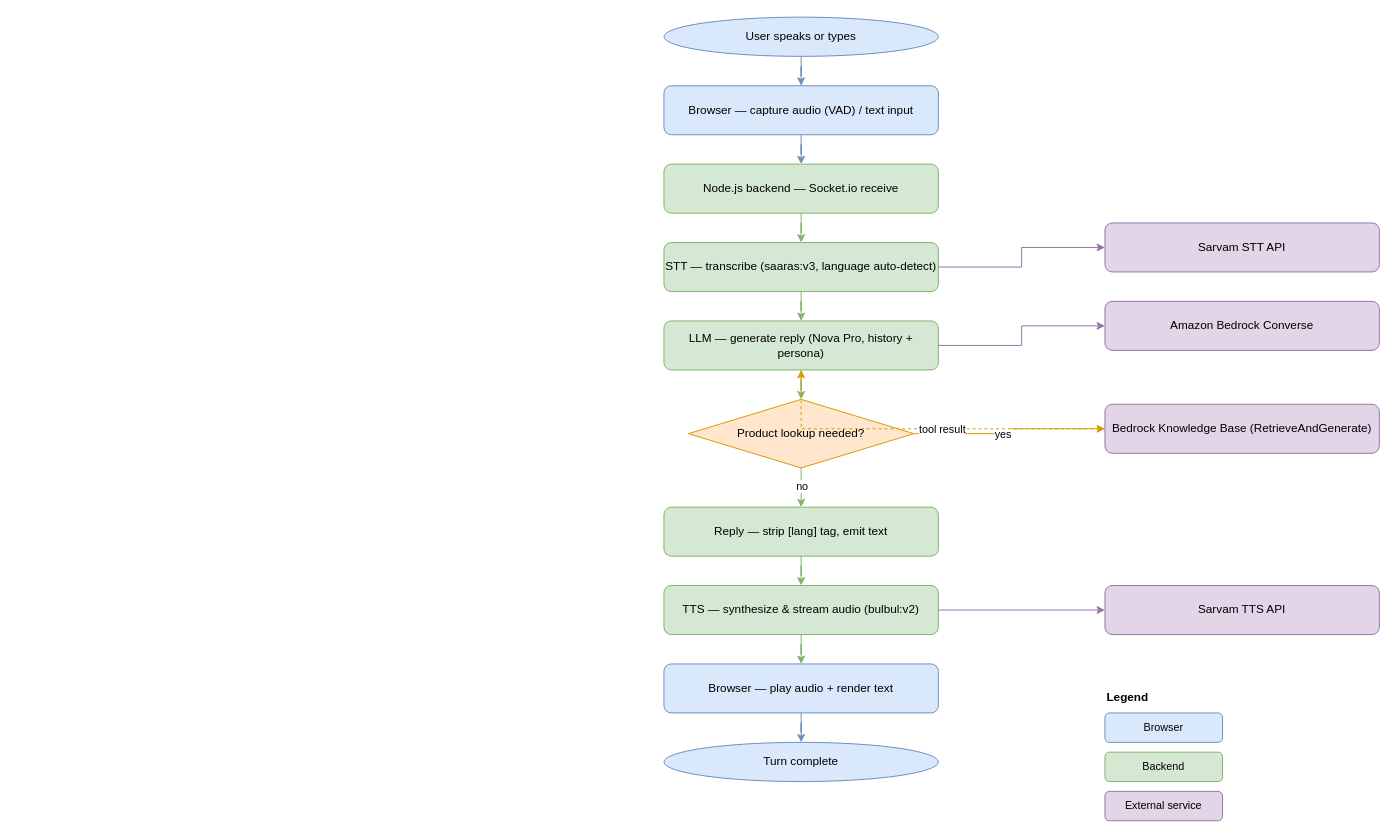
The draw.io diagram docs/agent-workflow.drawio in ABSatpute/Multilingual_Indic_Voicebot, before the edit. Source tidied: cells renumbered, new cells numbered last; positions are measured from the earlier drawing's top-left corner, leaving out a move shared by most shapes. Both pictures are drawn from the tidied source at 98%, with x=0, y=0 at pixel (663, 17).
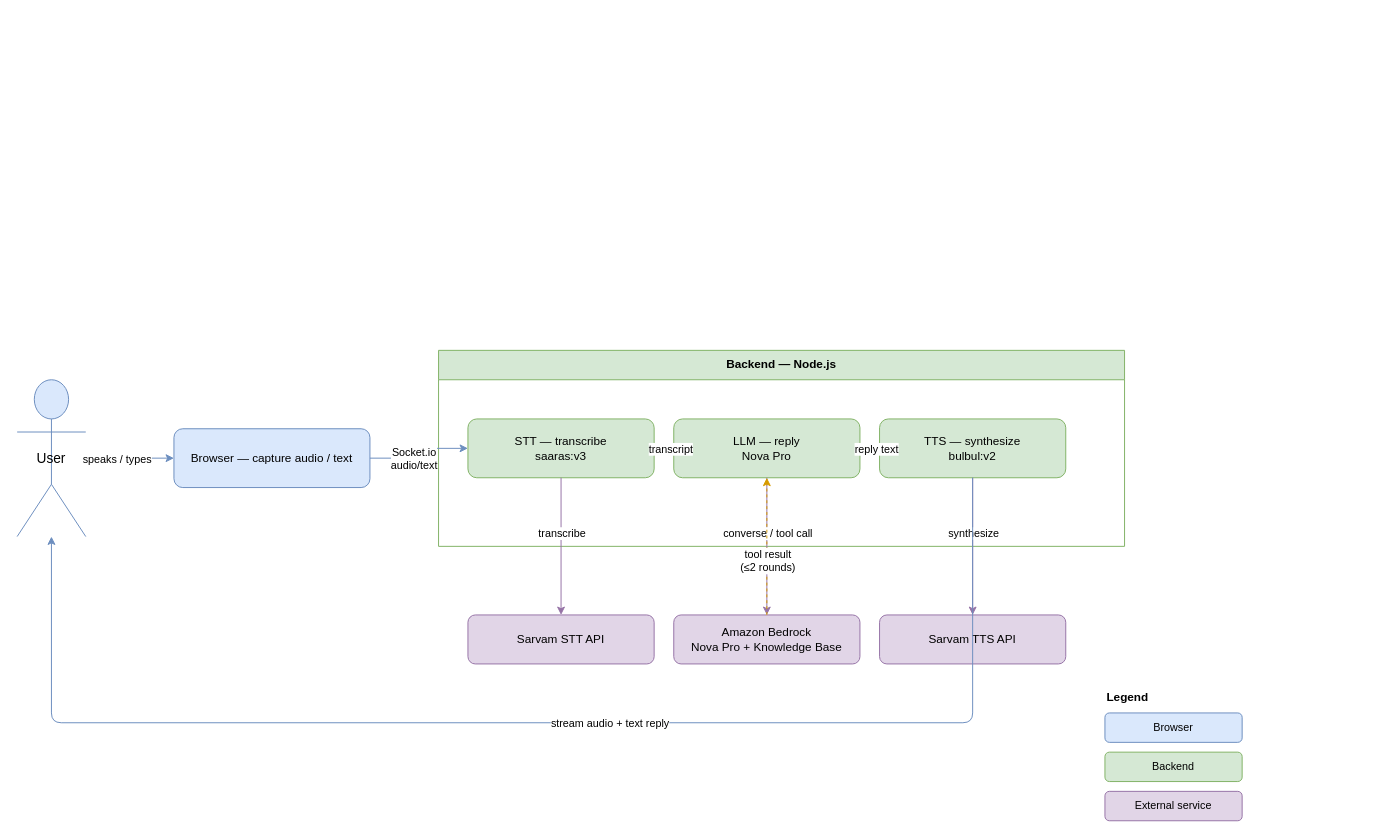
The same diagram, later.

Commit message:
Redesign workflow diagram as horizontal loop with user actor

Diff of the diagram source:
```diff
@@
-    <mxCell id="2" value="User speaks or types" style="ellipse;whiteSpace=wrap;html=1;fillColor=#dae8fc;strokeColor=#6c8ebf;" parent="1" vertex="1">
-      <mxGeometry width="280" height="40" as="geometry" />
-    </mxCell>
-    <mxCell id="3" value="Browser — capture audio (VAD) / text input" style="rounded=1;whiteSpace=wrap;html=1;fillColor=#dae8fc;strokeColor=#6c8ebf;" parent="1" vertex="1">
-      <mxGeometry y="70" width="280" height="50" as="geometry" />
-    </mxCell>
-    <mxCell id="4" value="Node.js backend — Socket.io receive" style="rounded=1;whiteSpace=wrap;html=1;fillColor=#d5e8d4;strokeColor=#82b366;" parent="1" vertex="1">
-      <mxGeometry y="150" width="280" height="50" as="geometry" />
-    </mxCell>
-    <mxCell id="5" value="STT — transcribe (saaras:v3, language auto-detect)" style="rounded=1;whiteSpace=wrap;html=1;fillColor=#d5e8d4;strokeColor=#82b366;" parent="1" vertex="1">
-      <mxGeometry y="230" width="280" height="50" as="geometry" />
-    </mxCell>
-    <mxCell id="6" value="LLM — generate reply (Nova Pro, history + persona)" style="rounded=1;whiteSpace=wrap;html=1;fillColor=#d5e8d4;strokeColor=#82b366;" parent="1" vertex="1">
-      <mxGeometry y="310" width="280" height="50" as="geometry" />
-    </mxCell>
-    <mxCell id="7" value="Product lookup needed?" style="rhombus;whiteSpace=wrap;html=1;fillColor=#ffe6cc;strokeColor=#d79b00;" parent="1" vertex="1">
-      <mxGeometry x="25" y="390" width="230" height="70" as="geometry" />
-    </mxCell>
-    <mxCell id="8" value="Reply — strip [lang] tag, emit text" style="rounded=1;whiteSpace=wrap;html=1;fillColor=#d5e8d4;strokeColor=#82b366;" parent="1" vertex="1">
-      <mxGeometry y="500" width="280" height="50" as="geometry" />
-    </mxCell>
-    <mxCell id="9" value="TTS — synthesize &amp; stream audio (bulbul:v2)" style="rounded=1;whiteSpace=wrap;html=1;fillColor=#d5e8d4;strokeColor=#82b366;" parent="1" vertex="1">
-      <mxGeometry y="580" width="280" height="50" as="geometry" />
-    </mxCell>
-    <mxCell id="10" value="Browser — play audio + render text" style="rounded=1;whiteSpace=wrap;html=1;fillColor=#dae8fc;strokeColor=#6c8ebf;" parent="1" vertex="1">
-      <mxGeometry y="660" width="280" height="50" as="geometry" />
-    </mxCell>
-    <mxCell id="11" value="Turn complete" style="ellipse;whiteSpace=wrap;html=1;fillColor=#dae8fc;strokeColor=#6c8ebf;" parent="1" vertex="1">
-      <mxGeometry y="740" width="280" height="40" as="geometry" />
-    </mxCell>
+    <mxCell id="37" value="User" style="shape=umlActor;whiteSpace=wrap;html=1;fontSize=14;fillColor=#dae8fc;strokeColor=#6c8ebf;" parent="1" vertex="1">
+      <mxGeometry x="-660" y="370" width="70" height="160" as="geometry" />
+    </mxCell>
+    <mxCell id="38" value="Browser — capture audio / text" style="rounded=1;whiteSpace=wrap;html=1;fillColor=#dae8fc;strokeColor=#6c8ebf;" parent="1" vertex="1">
+      <mxGeometry x="-500" y="420" width="200" height="60" as="geometry" />
+    </mxCell>
+    <mxCell id="39" value="Backend — Node.js" style="swimlane;fontStyle=1;align=center;verticalAlign=top;horizontal=1;startSize=30;fillColor=#d5e8d4;strokeColor=#82b366;fontColor=#000000;" parent="1" vertex="1">
+      <mxGeometry x="-230" y="340" width="700" height="200" as="geometry" />
+    </mxCell>
+    <mxCell id="40" value="STT — transcribe&#10;saaras:v3" style="rounded=1;whiteSpace=wrap;html=1;fillColor=#d5e8d4;strokeColor=#82b366;" parent="39" vertex="1">
+      <mxGeometry x="30" y="70" width="190" height="60" as="geometry" />
+    </mxCell>
+    <mxCell id="41" value="LLM — reply&#10;Nova Pro" style="rounded=1;whiteSpace=wrap;html=1;fillColor=#d5e8d4;strokeColor=#82b366;" parent="39" vertex="1">
+      <mxGeometry x="240" y="70" width="190" height="60" as="geometry" />
+    </mxCell>
+    <mxCell id="42" value="TTS — synthesize&#10;bulbul:v2" style="rounded=1;whiteSpace=wrap;html=1;fillColor=#d5e8d4;strokeColor=#82b366;" parent="39" vertex="1">
+      <mxGeometry x="450" y="70" width="190" height="60" as="geometry" />
+    </mxCell>
     <mxCell id="12" value="Sarvam STT API" style="rounded=1;whiteSpace=wrap;html=1;fillColor=#e1d5e7;strokeColor=#9673a6;" parent="1" vertex="1">
-      <mxGeometry x="450" y="210" width="280" height="50" as="geometry" />
+      <mxGeometry x="-200" y="610" width="190" height="50" as="geometry" />
     </mxCell>
-    <mxCell id="13" value="Amazon Bedrock Converse" style="rounded=1;whiteSpace=wrap;html=1;fillColor=#e1d5e7;strokeColor=#9673a6;" parent="1" vertex="1">
-      <mxGeometry x="450" y="290" width="280" height="50" as="geometry" />
-    </mxCell>
-    <mxCell id="14" value="Bedrock Knowledge Base (RetrieveAndGenerate)" style="rounded=1;whiteSpace=wrap;html=1;fillColor=#e1d5e7;strokeColor=#9673a6;" parent="1" vertex="1">
-      <mxGeometry x="450" y="395" width="280" height="50" as="geometry" />
-    </mxCell>
+    <mxCell id="43" value="Amazon Bedrock&#10;Nova Pro + Knowledge Base" style="rounded=1;whiteSpace=wrap;html=1;fillColor=#e1d5e7;strokeColor=#9673a6;" parent="1" vertex="1">
+      <mxGeometry x="10" y="610" width="190" height="50" as="geometry" />
+    </mxCell>
     <mxCell id="15" value="Sarvam TTS API" style="rounded=1;whiteSpace=wrap;html=1;fillColor=#e1d5e7;strokeColor=#9673a6;" parent="1" vertex="1">
-      <mxGeometry x="450" y="580" width="280" height="50" as="geometry" />
+      <mxGeometry x="220" y="610" width="190" height="50" as="geometry" />
     </mxCell>
     <mxCell id="16" value="Legend" style="text;html=1;align=left;verticalAlign=top;fontStyle=1;" parent="1" vertex="1">
-      <mxGeometry x="450" y="680" width="80" height="20" as="geometry" />
+      <mxGeometry x="450" y="680" width="120" height="20" as="geometry" />
     </mxCell>
     <mxCell id="17" value="Browser" style="rounded=1;whiteSpace=wrap;html=1;fillColor=#dae8fc;strokeColor=#6c8ebf;fontSize=11;" parent="1" vertex="1">
-      <mxGeometry x="450" y="710" width="120" height="30" as="geometry" />
+      <mxGeometry x="450" y="710" width="140" height="30" as="geometry" />
     </mxCell>
     <mxCell id="18" value="Backend" style="rounded=1;whiteSpace=wrap;html=1;fillColor=#d5e8d4;strokeColor=#82b366;fontSize=11;" parent="1" vertex="1">
-      <mxGeometry x="450" y="750" width="120" height="30" as="geometry" />
+      <mxGeometry x="450" y="750" width="140" height="30" as="geometry" />
     </mxCell>
     <mxCell id="19" value="External service" style="rounded=1;whiteSpace=wrap;html=1;fillColor=#e1d5e7;strokeColor=#9673a6;fontSize=11;" parent="1" vertex="1">
-      <mxGeometry x="450" y="790" width="120" height="30" as="geometry" />
+      <mxGeometry x="450" y="790" width="140" height="30" as="geometry" />
     </mxCell>
-    <mxCell id="20" style="edgeStyle=orthogonalEdgeStyle;rounded=0;jettySize=auto;html=1;strokeColor=#6c8ebf;" parent="1" edge="1" source="2" target="3">
+    <mxCell id="20" style="edgeStyle=orthogonalEdgeStyle;rounded=0;jettySize=auto;html=1;strokeColor=#6c8ebf;" parent="1" edge="1" source="37" target="38">
       <mxGeometry relative="1" as="geometry" />
     </mxCell>
+    <mxCell id="44" value="speaks / types" style="edgeLabel;html=1;align=center;verticalAlign=middle;" parent="20" vertex="1">
+      <mxGeometry x="-0.3" relative="1" as="geometry" />
+    </mxCell>
-    <mxCell id="21" style="edgeStyle=orthogonalEdgeStyle;rounded=0;jettySize=auto;html=1;strokeColor=#6c8ebf;" parent="1" edge="1" source="3" target="4">
+    <mxCell id="21" style="edgeStyle=orthogonalEdgeStyle;rounded=0;jettySize=auto;html=1;strokeColor=#6c8ebf;" parent="1" edge="1" source="38" target="40">
       <mxGeometry relative="1" as="geometry" />
     </mxCell>
+    <mxCell id="45" value="Socket.io&#10;audio/text" style="edgeLabel;html=1;align=center;verticalAlign=middle;" parent="21" vertex="1">
+      <mxGeometry x="-0.2" relative="1" as="geometry" />
+    </mxCell>
-    <mxCell id="22" style="edgeStyle=orthogonalEdgeStyle;rounded=0;jettySize=auto;html=1;strokeColor=#82b366;" parent="1" edge="1" source="4" target="5">
+    <mxCell id="22" style="edgeStyle=orthogonalEdgeStyle;rounded=0;jettySize=auto;html=1;strokeColor=#82b366;" parent="39" edge="1" source="40" target="41">
       <mxGeometry relative="1" as="geometry" />
     </mxCell>
+    <mxCell id="46" value="transcript" style="edgeLabel;html=1;align=center;verticalAlign=middle;" parent="22" vertex="1">
+      <mxGeometry x="-0.2" relative="1" as="geometry" />
+    </mxCell>
-    <mxCell id="23" style="edgeStyle=orthogonalEdgeStyle;rounded=0;jettySize=auto;html=1;strokeColor=#82b366;" parent="1" edge="1" source="5" target="6">
+    <mxCell id="23" style="edgeStyle=orthogonalEdgeStyle;rounded=0;jettySize=auto;html=1;strokeColor=#82b366;" parent="39" edge="1" source="41" target="42">
       <mxGeometry relative="1" as="geometry" />
     </mxCell>
+    <mxCell id="47" value="reply text" style="edgeLabel;html=1;align=center;verticalAlign=middle;" parent="23" vertex="1">
+      <mxGeometry x="-0.2" relative="1" as="geometry" />
+    </mxCell>
-    <mxCell id="24" style="edgeStyle=orthogonalEdgeStyle;rounded=0;jettySize=auto;html=1;strokeColor=#82b366;" parent="1" edge="1" source="6" target="7">
+    <mxCell id="24" style="edgeStyle=orthogonalEdgeStyle;rounded=0;jettySize=auto;html=1;strokeColor=#9673a6;" parent="1" edge="1" source="40" target="12">
       <mxGeometry relative="1" as="geometry" />
     </mxCell>
+    <mxCell id="48" value="transcribe" style="edgeLabel;html=1;align=center;verticalAlign=middle;" parent="24" vertex="1">
+      <mxGeometry x="-0.2" relative="1" as="geometry" />
+    </mxCell>
-    <mxCell id="25" style="edgeStyle=orthogonalEdgeStyle;rounded=0;jettySize=auto;html=1;strokeColor=#82b366;" parent="1" edge="1" source="7" target="8">
+    <mxCell id="25" style="edgeStyle=orthogonalEdgeStyle;rounded=0;jettySize=auto;html=1;strokeColor=#9673a6;" parent="1" edge="1" source="41" target="43">
       <mxGeometry relative="1" as="geometry" />
     </mxCell>
-    <mxCell id="26" value="no" style="edgeLabel;html=1;align=center;verticalAlign=middle;" parent="25" vertex="1">
-      <mxGeometry x="-0.1" relative="1" as="geometry" />
+    <mxCell id="26" value="converse / tool call" style="edgeLabel;html=1;align=center;verticalAlign=middle;" parent="25" vertex="1">
+      <mxGeometry x="-0.2" relative="1" as="geometry" />
     </mxCell>
-    <mxCell id="27" style="edgeStyle=orthogonalEdgeStyle;rounded=0;jettySize=auto;html=1;strokeColor=#82b366;" parent="1" edge="1" source="8" target="9">
+    <mxCell id="27" style="edgeStyle=orthogonalEdgeStyle;rounded=0;jettySize=auto;html=1;strokeColor=#d79b00;dashed=1;" parent="1" edge="1" source="43" target="41">
       <mxGeometry relative="1" as="geometry" />
     </mxCell>
+    <mxCell id="49" value="tool result&#10;(≤2 rounds)" style="edgeLabel;html=1;align=center;verticalAlign=middle;" parent="27" vertex="1">
+      <mxGeometry x="-0.2" relative="1" as="geometry" />
+    </mxCell>
-    <mxCell id="28" style="edgeStyle=orthogonalEdgeStyle;rounded=0;jettySize=auto;html=1;strokeColor=#82b366;" parent="1" edge="1" source="9" target="10">
+    <mxCell id="28" style="edgeStyle=orthogonalEdgeStyle;rounded=0;jettySize=auto;html=1;strokeColor=#9673a6;" parent="1" edge="1" source="42" target="15">
       <mxGeometry relative="1" as="geometry" />
     </mxCell>
+    <mxCell id="50" value="synthesize" style="edgeLabel;html=1;align=center;verticalAlign=middle;" parent="28" vertex="1">
+      <mxGeometry x="-0.2" relative="1" as="geometry" />
+    </mxCell>
-    <mxCell id="29" style="edgeStyle=orthogonalEdgeStyle;rounded=0;jettySize=auto;html=1;strokeColor=#6c8ebf;" parent="1" edge="1" source="10" target="11">
-      <mxGeometry relative="1" as="geometry" />
+    <mxCell id="29" style="edgeStyle=orthogonalEdgeStyle;rounded=1;jettySize=auto;html=1;strokeColor=#6c8ebf;" parent="1" edge="1" source="42" target="37">
+      <mxGeometry relative="1" as="geometry">
+        <Array as="points">
+          <mxPoint x="315" y="720" />
+          <mxPoint x="-625" y="720" />
+        </Array>
+      </mxGeometry>
     </mxCell>
-    <mxCell id="30" style="edgeStyle=orthogonalEdgeStyle;rounded=0;jettySize=auto;html=1;strokeColor=#9673a6;" parent="1" edge="1" source="5" target="12">
-      <mxGeometry relative="1" as="geometry" />
-    </mxCell>
-    <mxCell id="31" style="edgeStyle=orthogonalEdgeStyle;rounded=0;jettySize=auto;html=1;strokeColor=#9673a6;" parent="1" edge="1" source="6" target="13">
-      <mxGeometry relative="1" as="geometry" />
-    </mxCell>
-    <mxCell id="32" style="edgeStyle=orthogonalEdgeStyle;rounded=0;jettySize=auto;html=1;strokeColor=#d79b00;" parent="1" edge="1" source="7" target="14">
-      <mxGeometry relative="1" as="geometry" />
-    </mxCell>
-    <mxCell id="33" value="yes" style="edgeLabel;html=1;align=center;verticalAlign=middle;" parent="32" vertex="1">
-      <mxGeometry x="-0.1" relative="1" as="geometry" />
-    </mxCell>
-    <mxCell id="34" style="edgeStyle=orthogonalEdgeStyle;rounded=0;jettySize=auto;html=1;strokeColor=#d79b00;dashed=1;" parent="1" edge="1" source="14" target="6">
-      <mxGeometry relative="1" as="geometry" />
-    </mxCell>
-    <mxCell id="35" value="tool result" style="edgeLabel;html=1;align=center;verticalAlign=middle;" parent="34" vertex="1">
-      <mxGeometry x="-0.1" relative="1" as="geometry" />
-    </mxCell>
-    <mxCell id="36" style="edgeStyle=orthogonalEdgeStyle;rounded=0;jettySize=auto;html=1;strokeColor=#9673a6;" parent="1" edge="1" source="9" target="15">
-      <mxGeometry relative="1" as="geometry" />
-    </mxCell>
+    <mxCell id="51" value="stream audio + text reply" style="edgeLabel;html=1;align=center;verticalAlign=middle;" parent="29" vertex="1">
+      <mxGeometry x="-0.1" relative="1" as="geometry" />
+    </mxCell>
```
